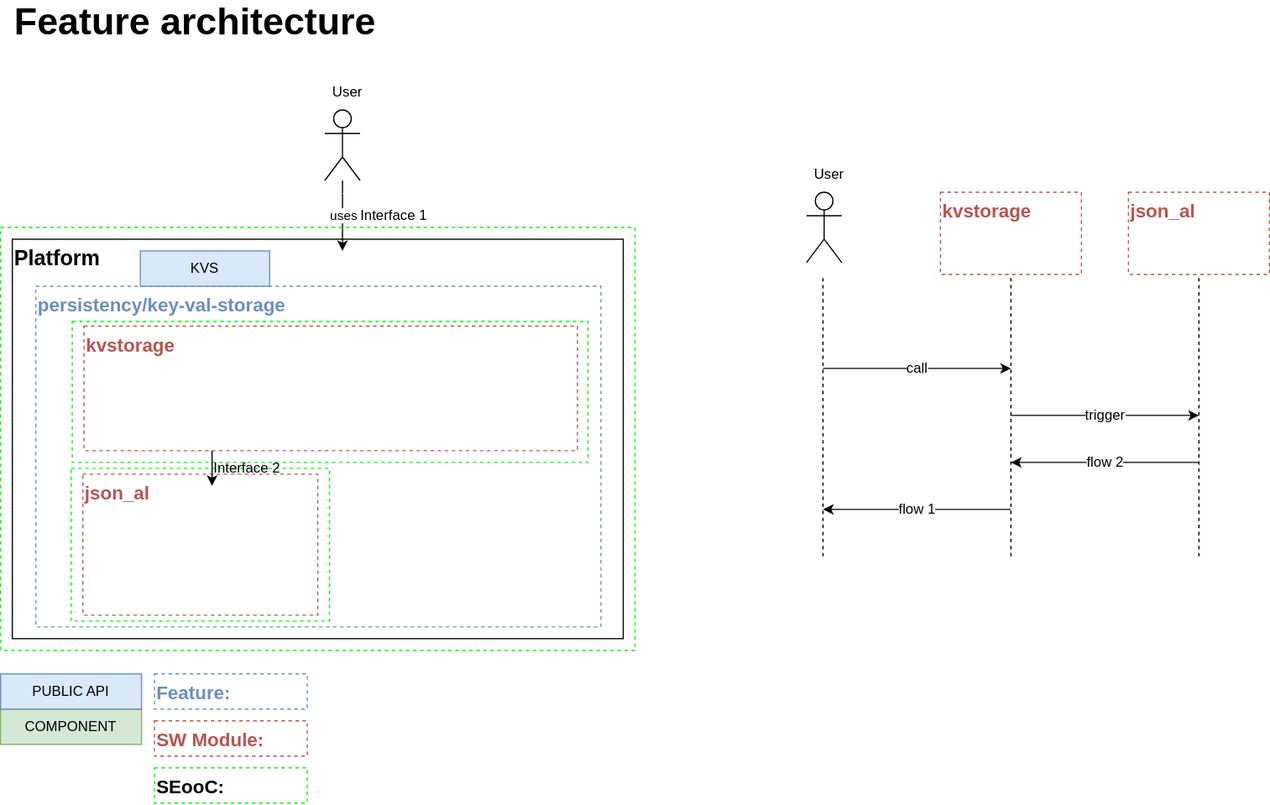
Earlier version of the draw.io export pr-20/_images/safety_analysis_feature.drawio.svg (eclipse-score/process_description). Source tidied: cells renumbered, new cells last; positions are measured from the earlier drawing's top-left corner, leaving out a move shared by most shapes. Source of this version:
```xml
<mxGraphModel>
  <root>
    <mxCell id="0" />
    <mxCell id="1" parent="0" />
    <mxCell id="2" value="Platform" style="rounded=0;whiteSpace=wrap;html=1;align=left;horizontal=1;verticalAlign=top;fontSize=18;fontStyle=1;" parent="1" vertex="1">
      <mxGeometry x="10" y="200" width="520" height="340" as="geometry" />
    </mxCell>
    <mxCell id="3" value="persistency/key-val-storage" style="rounded=0;whiteSpace=wrap;html=1;fillColor=none;dashed=1;strokeColor=#6C8EBF;align=left;verticalAlign=top;fontSize=16;fontStyle=1;fontColor=#6C8EBF;" parent="1" vertex="1">
      <mxGeometry x="30" y="240" width="481" height="290" as="geometry" />
    </mxCell>
    <mxCell id="4" value="uses" style="edgeStyle=orthogonalEdgeStyle;rounded=0;jettySize=auto;html=1;entryX=0.5;entryY=0;entryDx=0;entryDy=0;" parent="1" edge="1" source="5">
      <mxGeometry relative="1" as="geometry">
        <mxPoint x="291" y="210" as="targetPoint" />
      </mxGeometry>
    </mxCell>
    <mxCell id="5" value="Actor" style="shape=umlActor;verticalLabelPosition=bottom;verticalAlign=top;outlineConnect=0;html=1;fontColor=#ffffff;" parent="1" vertex="1">
      <mxGeometry x="276" y="90" width="30" height="60" as="geometry" />
    </mxCell>
    <mxCell id="6" value="KVS" style="rounded=0;whiteSpace=wrap;html=1;fillColor=#dae8fc;strokeColor=#6c8ebf;" parent="1" vertex="1">
      <mxGeometry x="119" y="210" width="110" height="30" as="geometry" />
    </mxCell>
    <mxCell id="7" value="kvstorage" style="rounded=0;whiteSpace=wrap;html=1;fillColor=none;dashed=1;strokeColor=#b85450;align=left;verticalAlign=top;fontColor=#B85450;fontSize=16;fontStyle=1;" parent="1" vertex="1">
      <mxGeometry x="71" y="274" width="420" height="106" as="geometry" />
    </mxCell>
    <mxCell id="8" value="COMPONENT" style="rounded=0;whiteSpace=wrap;html=1;fillColor=#d5e8d4;strokeColor=#82b366;" parent="1" vertex="1">
      <mxGeometry y="600" width="120" height="30" as="geometry" />
    </mxCell>
    <mxCell id="9" value="PUBLIC API" style="rounded=0;whiteSpace=wrap;html=1;fillColor=#dae8fc;strokeColor=#6c8ebf;" parent="1" vertex="1">
      <mxGeometry y="570" width="120" height="30" as="geometry" />
    </mxCell>
    <mxCell id="10" value="User" style="text;html=1;align=center;verticalAlign=middle;strokeColor=none;fillColor=none;" parent="1" vertex="1">
      <mxGeometry x="270" y="60" width="50" height="30" as="geometry" />
    </mxCell>
    <mxCell id="11" value="SW Module:&amp;nbsp;" style="rounded=0;whiteSpace=wrap;html=1;fillColor=none;dashed=1;strokeColor=#b85450;align=left;verticalAlign=top;fontColor=#B85450;fontSize=16;fontStyle=1;" parent="1" vertex="1">
      <mxGeometry x="131" y="610" width="130" height="30" as="geometry" />
    </mxCell>
    <mxCell id="12" value="Feature:&amp;nbsp;" style="rounded=0;whiteSpace=wrap;html=1;fillColor=none;dashed=1;strokeColor=#6C8EBF;align=left;verticalAlign=top;fontSize=16;fontStyle=1;fontColor=#6C8EBF;" parent="1" vertex="1">
      <mxGeometry x="131" y="570" width="130" height="30" as="geometry" />
    </mxCell>
    <mxCell id="13" style="rounded=0;whiteSpace=wrap;html=1;fillColor=none;dashed=1;strokeColor=#00FF00;align=left;verticalAlign=top;fontColor=#B85450;fontSize=16;fontStyle=1;" parent="1" vertex="1">
      <mxGeometry y="190" width="540" height="360" as="geometry" />
    </mxCell>
    <mxCell id="14" value="&lt;font color=&quot;#000000&quot;&gt;SEooC:&lt;/font&gt;" style="rounded=0;whiteSpace=wrap;html=1;fillColor=none;dashed=1;strokeColor=#00FF00;align=left;verticalAlign=top;fontColor=#B85450;fontSize=16;fontStyle=1;" parent="1" vertex="1">
      <mxGeometry x="131" y="650" width="130" height="30" as="geometry" />
    </mxCell>
    <mxCell id="15" style="rounded=0;whiteSpace=wrap;html=1;fillColor=none;dashed=1;strokeColor=#00FF00;align=left;verticalAlign=top;fontColor=#B85450;fontSize=16;fontStyle=1;" parent="1" vertex="1">
      <mxGeometry x="61" y="270" width="439" height="120" as="geometry" />
    </mxCell>
    <mxCell id="16" value="json_al" style="rounded=0;whiteSpace=wrap;html=1;fillColor=none;dashed=1;strokeColor=#b85450;align=left;verticalAlign=top;fontColor=#B85450;fontSize=16;fontStyle=1;" parent="1" vertex="1">
      <mxGeometry x="70" y="400" width="200" height="120" as="geometry" />
    </mxCell>
    <mxCell id="17" style="rounded=0;whiteSpace=wrap;html=1;fillColor=none;dashed=1;strokeColor=#00FF00;align=left;verticalAlign=top;fontColor=#B85450;fontSize=16;fontStyle=1;" parent="1" vertex="1">
      <mxGeometry x="60" y="395" width="220" height="130" as="geometry" />
    </mxCell>
    <mxCell id="18" value="Feature architecture" style="text;html=1;align=left;verticalAlign=middle;whiteSpace=wrap;rounded=0;fontSize=32;fontStyle=1;labelPosition=center;verticalLabelPosition=middle;" parent="1" vertex="1">
      <mxGeometry x="10" width="1070" height="30" as="geometry" />
    </mxCell>
    <mxCell id="19" value="kvstorage" style="rounded=0;whiteSpace=wrap;html=1;fillColor=none;dashed=1;strokeColor=#b85450;align=left;verticalAlign=top;fontColor=#B85450;fontSize=16;fontStyle=1;" parent="1" vertex="1">
      <mxGeometry x="800" y="160" width="120" height="70" as="geometry" />
    </mxCell>
    <mxCell id="20" value="json_al" style="rounded=0;whiteSpace=wrap;html=1;fillColor=none;dashed=1;strokeColor=#b85450;align=left;verticalAlign=top;fontColor=#B85450;fontSize=16;fontStyle=1;" parent="1" vertex="1">
      <mxGeometry x="960" y="160" width="120" height="70" as="geometry" />
    </mxCell>
    <mxCell id="21" value="Actor" style="shape=umlActor;verticalLabelPosition=bottom;verticalAlign=top;html=1;fontColor=#ffffff;" parent="1" vertex="1">
      <mxGeometry x="686" y="160" width="30" height="60" as="geometry" />
    </mxCell>
    <mxCell id="22" value="User" style="text;html=1;align=center;verticalAlign=middle;strokeColor=none;fillColor=none;" parent="1" vertex="1">
      <mxGeometry x="680" y="130" width="50" height="30" as="geometry" />
    </mxCell>
    <mxCell id="23" style="endArrow=none;dashed=1;html=1;" parent="1" edge="1">
      <mxGeometry relative="1" as="geometry">
        <mxPoint x="700" y="470" as="sourcePoint" />
        <mxPoint x="700" y="230" as="targetPoint" />
      </mxGeometry>
    </mxCell>
    <mxCell id="24" style="endArrow=none;dashed=1;html=1;entryX=0.5;entryY=1;entryDx=0;entryDy=0;" parent="1" edge="1" target="19">
      <mxGeometry relative="1" as="geometry">
        <mxPoint x="860" y="470" as="sourcePoint" />
      </mxGeometry>
    </mxCell>
    <mxCell id="25" style="endArrow=none;dashed=1;html=1;entryX=0.5;entryY=1;entryDx=0;entryDy=0;" parent="1" edge="1" target="20">
      <mxGeometry relative="1" as="geometry">
        <mxPoint x="1020" y="470" as="sourcePoint" />
      </mxGeometry>
    </mxCell>
    <mxCell id="26" style="endArrow=classic;html=1;fontSize=12;" parent="1" edge="1">
      <mxGeometry relative="1" as="geometry">
        <mxPoint x="700" y="310" as="sourcePoint" />
        <mxPoint x="860" y="310" as="targetPoint" />
      </mxGeometry>
    </mxCell>
    <mxCell id="27" value="call" style="edgeLabel;html=1;align=center;verticalAlign=middle;fontSize=12;" parent="26" vertex="1">
      <mxGeometry x="0.14" y="-3" relative="1" as="geometry">
        <mxPoint x="-11" y="-3" as="offset" />
      </mxGeometry>
    </mxCell>
    <mxCell id="28" style="endArrow=classic;html=1;fontSize=12;" parent="1" edge="1">
      <mxGeometry relative="1" as="geometry">
        <mxPoint x="860" y="350" as="sourcePoint" />
        <mxPoint x="1020" y="350" as="targetPoint" />
      </mxGeometry>
    </mxCell>
    <mxCell id="29" value="trigger" style="edgeLabel;html=1;align=center;verticalAlign=middle;fontSize=12;" parent="28" vertex="1">
      <mxGeometry x="0.14" y="-3" relative="1" as="geometry">
        <mxPoint x="-11" y="-3" as="offset" />
      </mxGeometry>
    </mxCell>
    <mxCell id="30" style="endArrow=classic;html=1;fontSize=12;" parent="1" edge="1">
      <mxGeometry relative="1" as="geometry">
        <mxPoint x="1020" y="390" as="sourcePoint" />
        <mxPoint x="860" y="390" as="targetPoint" />
      </mxGeometry>
    </mxCell>
    <mxCell id="31" value="flow 2" style="edgeLabel;html=1;align=center;verticalAlign=middle;fontSize=12;" parent="30" vertex="1">
      <mxGeometry x="0.14" y="-3" relative="1" as="geometry">
        <mxPoint x="11" y="3" as="offset" />
      </mxGeometry>
    </mxCell>
    <mxCell id="32" style="endArrow=classic;html=1;fontSize=12;" parent="1" edge="1">
      <mxGeometry relative="1" as="geometry">
        <mxPoint x="860" y="430" as="sourcePoint" />
        <mxPoint x="700" y="430" as="targetPoint" />
      </mxGeometry>
    </mxCell>
    <mxCell id="33" value="flow 1" style="edgeLabel;html=1;align=center;verticalAlign=middle;fontSize=12;" parent="32" vertex="1">
      <mxGeometry x="0.14" y="-3" relative="1" as="geometry">
        <mxPoint x="11" y="3" as="offset" />
      </mxGeometry>
    </mxCell>
    <mxCell id="34" value="Interface 1" style="text;html=1;align=center;verticalAlign=middle;whiteSpace=wrap;rounded=0;fontSize=12;" parent="1" vertex="1">
      <mxGeometry x="305" y="165" width="60" height="30" as="geometry" />
    </mxCell>
    <mxCell id="35" value="Interface 2" style="text;html=1;align=center;verticalAlign=middle;whiteSpace=wrap;rounded=0;fontSize=12;" parent="1" vertex="1">
      <mxGeometry x="180" y="380" width="60" height="30" as="geometry" />
    </mxCell>
    <mxCell id="36" style="endArrow=classic;html=1;" parent="1" edge="1">
      <mxGeometry relative="1" as="geometry">
        <mxPoint x="180" y="380" as="sourcePoint" />
        <mxPoint x="180" y="410" as="targetPoint" />
      </mxGeometry>
    </mxCell>
  </root>
</mxGraphModel>
```
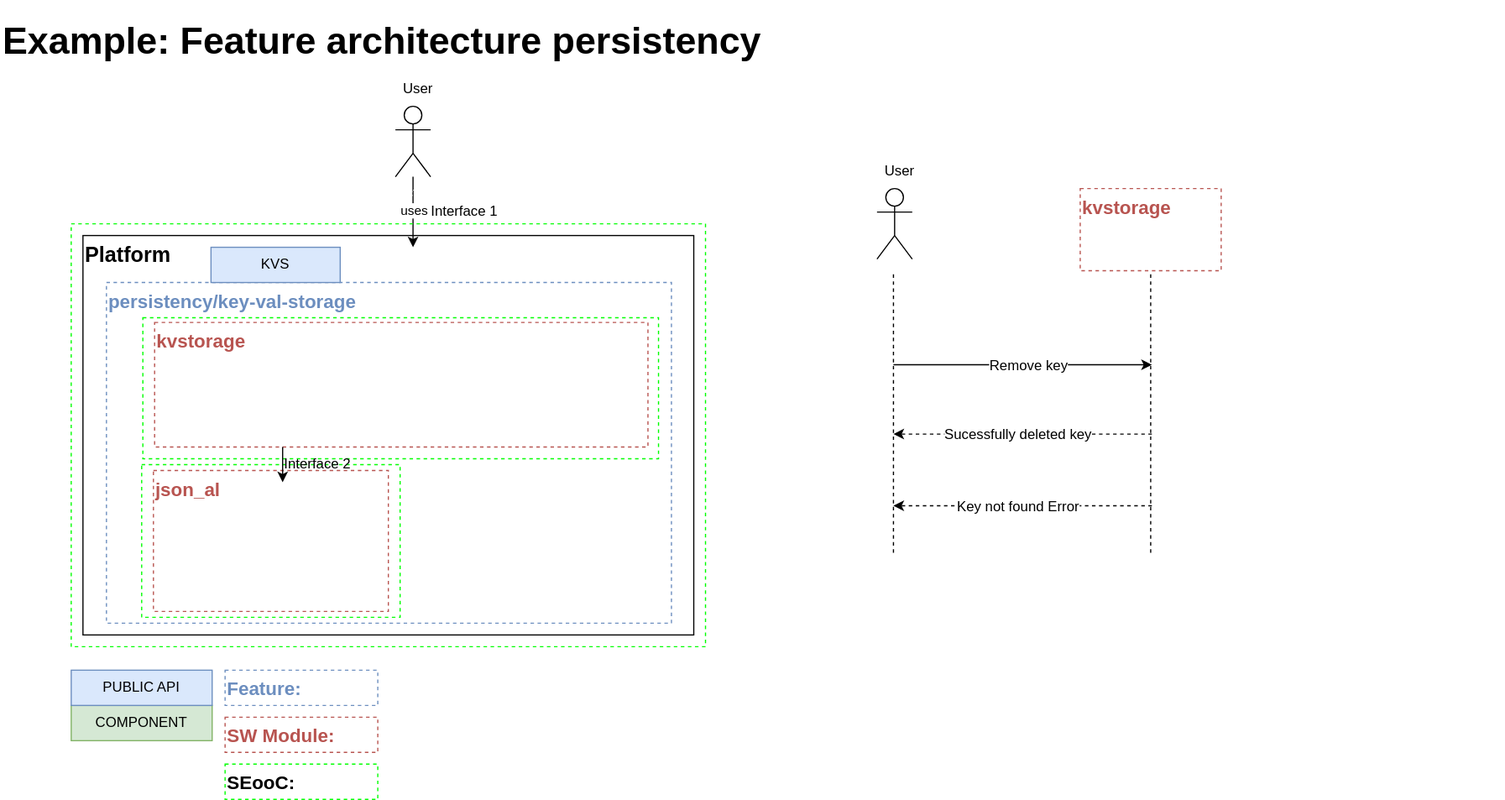
Later version of the same file.

What changed in the source:
```diff
@@ -52,15 +52,12 @@
     <mxCell id="17" style="rounded=0;whiteSpace=wrap;html=1;fillColor=none;dashed=1;strokeColor=#00FF00;align=left;verticalAlign=top;fontColor=#B85450;fontSize=16;fontStyle=1;" parent="1" vertex="1">
       <mxGeometry x="60" y="395" width="220" height="130" as="geometry" />
     </mxCell>
-    <mxCell id="18" value="Feature architecture" style="text;html=1;align=left;verticalAlign=middle;whiteSpace=wrap;rounded=0;fontSize=32;fontStyle=1;labelPosition=center;verticalLabelPosition=middle;" parent="1" vertex="1">
-      <mxGeometry x="10" width="1070" height="30" as="geometry" />
+    <mxCell id="18" value="Example: Feature architecture persistency" style="text;html=1;align=left;verticalAlign=middle;whiteSpace=wrap;rounded=0;fontSize=32;fontStyle=1;labelPosition=center;verticalLabelPosition=middle;" parent="1" vertex="1">
+      <mxGeometry x="-60" width="1280" height="70" as="geometry" />
     </mxCell>
     <mxCell id="19" value="kvstorage" style="rounded=0;whiteSpace=wrap;html=1;fillColor=none;dashed=1;strokeColor=#b85450;align=left;verticalAlign=top;fontColor=#B85450;fontSize=16;fontStyle=1;" parent="1" vertex="1">
-      <mxGeometry x="800" y="160" width="120" height="70" as="geometry" />
+      <mxGeometry x="859" y="160" width="120" height="70" as="geometry" />
     </mxCell>
-    <mxCell id="20" value="json_al" style="rounded=0;whiteSpace=wrap;html=1;fillColor=none;dashed=1;strokeColor=#b85450;align=left;verticalAlign=top;fontColor=#B85450;fontSize=16;fontStyle=1;" parent="1" vertex="1">
-      <mxGeometry x="960" y="160" width="120" height="70" as="geometry" />
-    </mxCell>
     <mxCell id="21" value="Actor" style="shape=umlActor;verticalLabelPosition=bottom;verticalAlign=top;html=1;fontColor=#ffffff;" parent="1" vertex="1">
       <mxGeometry x="686" y="160" width="30" height="60" as="geometry" />
     </mxCell>
@@ -75,54 +72,27 @@
     </mxCell>
     <mxCell id="24" style="endArrow=none;dashed=1;html=1;entryX=0.5;entryY=1;entryDx=0;entryDy=0;" parent="1" edge="1" target="19">
       <mxGeometry relative="1" as="geometry">
-        <mxPoint x="860" y="470" as="sourcePoint" />
+        <mxPoint x="919" y="470" as="sourcePoint" />
       </mxGeometry>
     </mxCell>
-    <mxCell id="25" style="endArrow=none;dashed=1;html=1;entryX=0.5;entryY=1;entryDx=0;entryDy=0;" parent="1" edge="1" target="20">
-      <mxGeometry relative="1" as="geometry">
-        <mxPoint x="1020" y="470" as="sourcePoint" />
-      </mxGeometry>
-    </mxCell>
     <mxCell id="26" style="endArrow=classic;html=1;fontSize=12;" parent="1" edge="1">
       <mxGeometry relative="1" as="geometry">
         <mxPoint x="700" y="310" as="sourcePoint" />
-        <mxPoint x="860" y="310" as="targetPoint" />
+        <mxPoint x="920" y="310" as="targetPoint" />
       </mxGeometry>
     </mxCell>
-    <mxCell id="27" value="call" style="edgeLabel;html=1;align=center;verticalAlign=middle;fontSize=12;" parent="26" vertex="1">
+    <mxCell id="27" value="Remove key" style="edgeLabel;html=1;align=center;verticalAlign=middle;fontSize=12;" parent="26" vertex="1">
       <mxGeometry x="0.14" y="-3" relative="1" as="geometry">
         <mxPoint x="-11" y="-3" as="offset" />
       </mxGeometry>
     </mxCell>
-    <mxCell id="28" style="endArrow=classic;html=1;fontSize=12;" parent="1" edge="1">
-      <mxGeometry relative="1" as="geometry">
-        <mxPoint x="860" y="350" as="sourcePoint" />
-        <mxPoint x="1020" y="350" as="targetPoint" />
-      </mxGeometry>
-    </mxCell>
-    <mxCell id="29" value="trigger" style="edgeLabel;html=1;align=center;verticalAlign=middle;fontSize=12;" parent="28" vertex="1">
-      <mxGeometry x="0.14" y="-3" relative="1" as="geometry">
-        <mxPoint x="-11" y="-3" as="offset" />
-      </mxGeometry>
-    </mxCell>
-    <mxCell id="30" style="endArrow=classic;html=1;fontSize=12;" parent="1" edge="1">
-      <mxGeometry relative="1" as="geometry">
-        <mxPoint x="1020" y="390" as="sourcePoint" />
-        <mxPoint x="860" y="390" as="targetPoint" />
-      </mxGeometry>
-    </mxCell>
-    <mxCell id="31" value="flow 2" style="edgeLabel;html=1;align=center;verticalAlign=middle;fontSize=12;" parent="30" vertex="1">
-      <mxGeometry x="0.14" y="-3" relative="1" as="geometry">
-        <mxPoint x="11" y="3" as="offset" />
-      </mxGeometry>
-    </mxCell>
-    <mxCell id="32" style="endArrow=classic;html=1;fontSize=12;" parent="1" edge="1">
+    <mxCell id="32" style="endArrow=classic;html=1;fontSize=12;dashed=1;" parent="1" edge="1">
       <mxGeometry relative="1" as="geometry">
-        <mxPoint x="860" y="430" as="sourcePoint" />
-        <mxPoint x="700" y="430" as="targetPoint" />
+        <mxPoint x="920" y="369" as="sourcePoint" />
+        <mxPoint x="700" y="369" as="targetPoint" />
       </mxGeometry>
     </mxCell>
-    <mxCell id="33" value="flow 1" style="edgeLabel;html=1;align=center;verticalAlign=middle;fontSize=12;" parent="32" vertex="1">
+    <mxCell id="33" value="Sucessfully deleted key" style="edgeLabel;html=1;align=center;verticalAlign=middle;fontSize=12;" parent="32" vertex="1">
       <mxGeometry x="0.14" y="-3" relative="1" as="geometry">
         <mxPoint x="11" y="3" as="offset" />
       </mxGeometry>
@@ -139,5 +109,16 @@
         <mxPoint x="180" y="410" as="targetPoint" />
       </mxGeometry>
     </mxCell>
+    <mxCell id="37" style="endArrow=classic;html=1;fontSize=12;dashed=1;" parent="1" edge="1">
+      <mxGeometry relative="1" as="geometry">
+        <mxPoint x="920" y="430" as="sourcePoint" />
+        <mxPoint x="700" y="430" as="targetPoint" />
+      </mxGeometry>
+    </mxCell>
+    <mxCell id="38" value="Key not found Error" style="edgeLabel;html=1;align=center;verticalAlign=middle;fontSize=12;" parent="37" vertex="1">
+      <mxGeometry x="0.14" y="-3" relative="1" as="geometry">
+        <mxPoint x="11" y="3" as="offset" />
+      </mxGeometry>
+    </mxCell>
   </root>
 </mxGraphModel>
```
